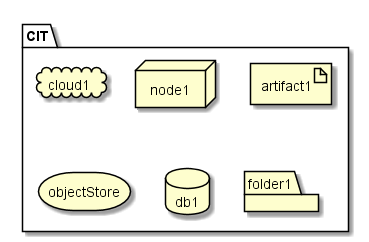
Above: docs/Solution/Trust-Manager/Deployment.png in CAADE/CloudLet (PlantUML), before the change.
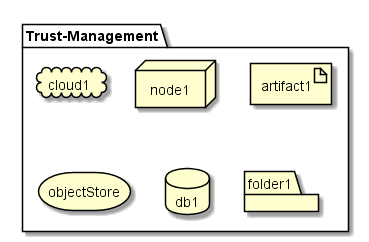
After the change.

The edit, as a diff of the source:
```diff
@@ -1,6 +1,6 @@
 @startuml
 
-package  "CIT" {
+package  "Trust-Management" {
   cloud cloud1
   node node1
   artifact artifact1
```
